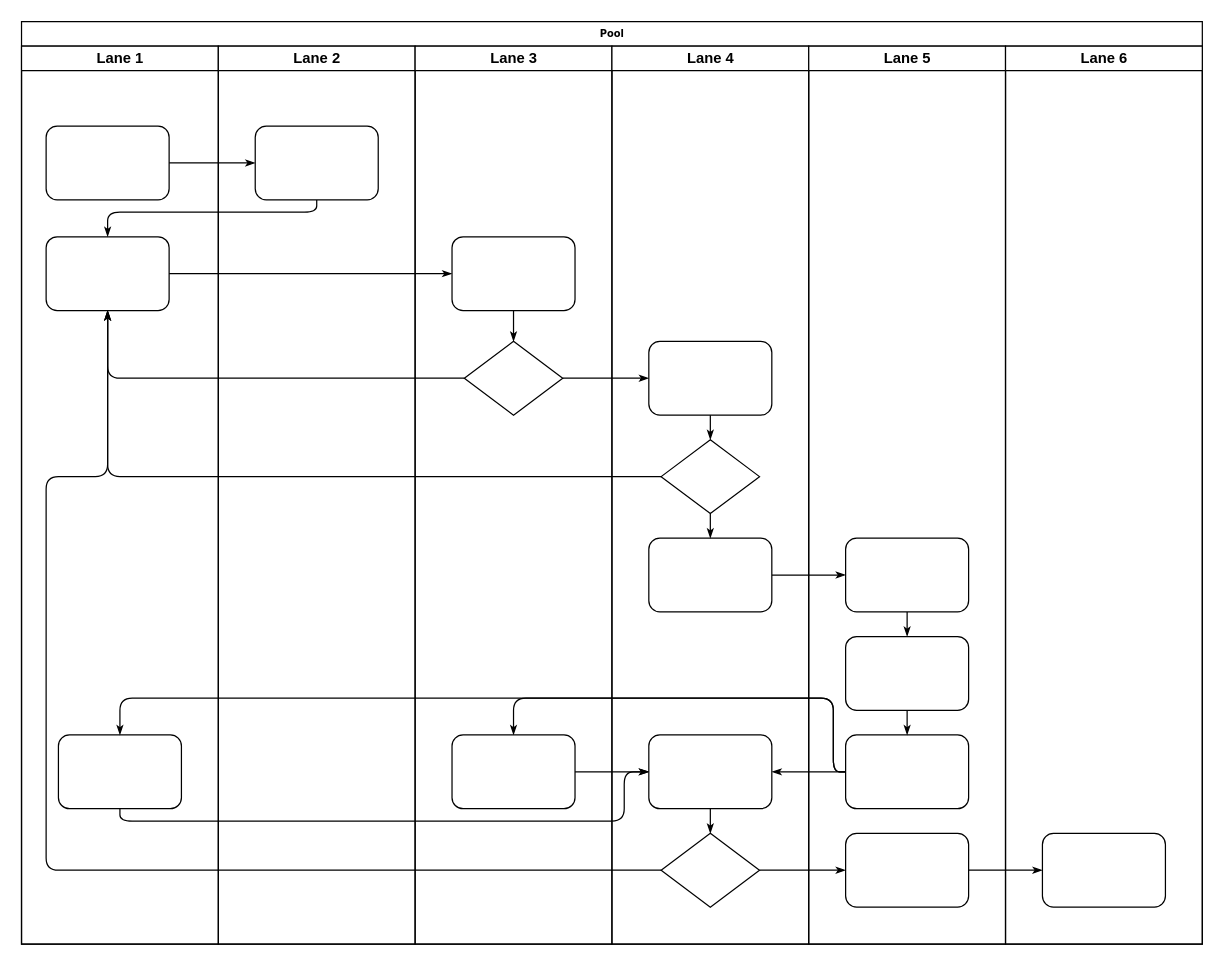
Above: page "Page-1" (1 of 2) of discord-chess-scorecard-bot.drawio in demetriusmurray/discord-chess-scorecard (draw.io), before the change. Source tidied: cells renumbered, new cells numbered last; positions are measured from the earlier drawing's top-left corner, leaving out a move shared by most shapes. Both pictures are drawn from the tidied source at 123%, with x=0, y=0 at pixel (21, 21).
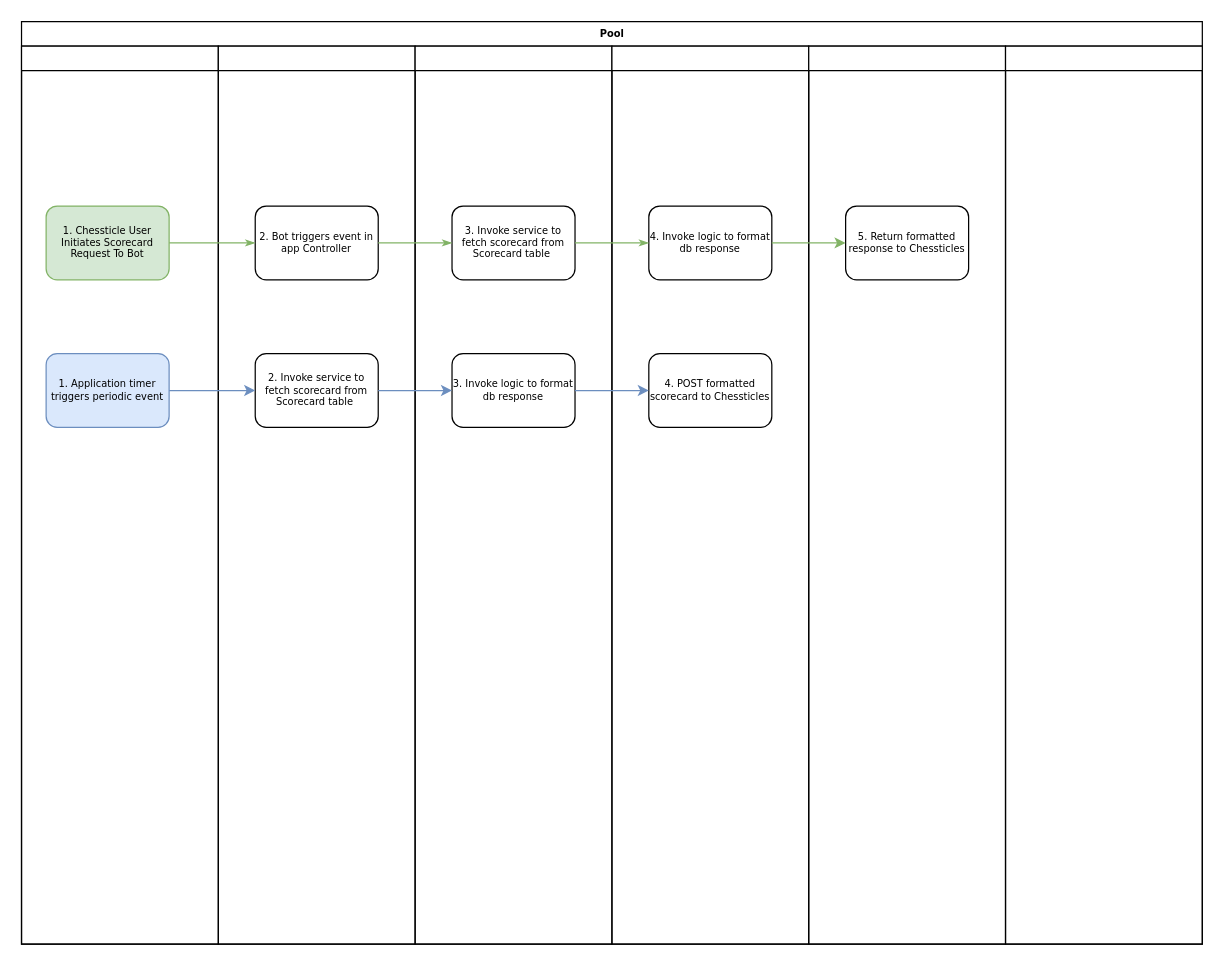
The same diagram, later.

Diff of the diagram source:
```diff
@@
-    <mxCell id="2" value="Pool" style="swimlane;html=1;startSize=20;rounded=0;shadow=0;labelBackgroundColor=none;strokeWidth=1;fontFamily=Verdana;fontSize=8;align=center;" parent="1" vertex="1">
+    <mxCell id="2" value="Pool" style="swimlane;html=1;startSize=20;rounded=0;shadow=0;labelBackgroundColor=none;strokeWidth=1;fontFamily=Verdana;fontSize=8;align=center;swimlaneFillColor=none;" parent="1" vertex="1">
       <mxGeometry width="960" height="750" as="geometry" />
     </mxCell>
-    <mxCell id="3" value="Lane 1" style="swimlane;html=1;startSize=20;" parent="2" vertex="1">
+    <mxCell id="3" style="swimlane;html=1;startSize=20;" parent="2" vertex="1">
       <mxGeometry y="20" width="160" height="730" as="geometry" />
     </mxCell>
-    <mxCell id="4" style="rounded=1;whiteSpace=wrap;html=1;shadow=0;labelBackgroundColor=none;strokeWidth=1;fontFamily=Verdana;fontSize=8;align=center;" parent="3" vertex="1">
-      <mxGeometry x="20" y="65" width="100" height="60" as="geometry" />
+    <mxCell id="4" value="1. Chessticle User Initiates Scorecard Request To Bot" style="rounded=1;whiteSpace=wrap;html=1;shadow=0;labelBackgroundColor=none;strokeWidth=1;fontFamily=Verdana;fontSize=8;align=center;fillColor=#d5e8d4;strokeColor=#82b366;" parent="3" vertex="1">
+      <mxGeometry x="20" y="130" width="100" height="60" as="geometry" />
     </mxCell>
-    <mxCell id="5" style="rounded=1;whiteSpace=wrap;html=1;shadow=0;labelBackgroundColor=none;strokeWidth=1;fontFamily=Verdana;fontSize=8;align=center;" parent="3" vertex="1">
-      <mxGeometry x="20" y="155" width="100" height="60" as="geometry" />
-    </mxCell>
-    <mxCell id="6" style="rounded=1;whiteSpace=wrap;html=1;shadow=0;labelBackgroundColor=none;strokeWidth=1;fontFamily=Verdana;fontSize=8;align=center;" parent="3" vertex="1">
-      <mxGeometry x="30" y="560" width="100" height="60" as="geometry" />
-    </mxCell>
-    <mxCell id="7" style="edgeStyle=orthogonalEdgeStyle;rounded=1;html=1;labelBackgroundColor=none;startArrow=none;startFill=0;startSize=5;endArrow=classicThin;endFill=1;endSize=5;jettySize=auto;strokeWidth=1;fontFamily=Verdana;fontSize=8;" parent="2" edge="1" source="4" target="23">
-      <mxGeometry relative="1" as="geometry" />
-    </mxCell>
-    <mxCell id="8" style="edgeStyle=orthogonalEdgeStyle;rounded=1;html=1;labelBackgroundColor=none;startArrow=none;startFill=0;startSize=5;endArrow=classicThin;endFill=1;endSize=5;jettySize=auto;strokeWidth=1;fontFamily=Verdana;fontSize=8;" parent="2" edge="1" source="23" target="5">
-      <mxGeometry relative="1" as="geometry">
-        <Array as="points">
-          <mxPoint x="240" y="155" />
-          <mxPoint x="70" y="155" />
-        </Array>
-      </mxGeometry>
-    </mxCell>
-    <mxCell id="9" style="edgeStyle=orthogonalEdgeStyle;rounded=1;html=1;labelBackgroundColor=none;startArrow=none;startFill=0;startSize=5;endArrow=classicThin;endFill=1;endSize=5;jettySize=auto;strokeWidth=1;fontFamily=Verdana;fontSize=8;" parent="2" edge="1" source="5" target="25">
-      <mxGeometry relative="1" as="geometry" />
-    </mxCell>
-    <mxCell id="10" style="edgeStyle=orthogonalEdgeStyle;rounded=1;html=1;labelBackgroundColor=none;startArrow=none;startFill=0;startSize=5;endArrow=classicThin;endFill=1;endSize=5;jettySize=auto;strokeWidth=1;fontFamily=Verdana;fontSize=8;" parent="2" edge="1" source="26" target="5">
-      <mxGeometry relative="1" as="geometry" />
-    </mxCell>
-    <mxCell id="11" style="edgeStyle=orthogonalEdgeStyle;rounded=1;html=1;labelBackgroundColor=none;startArrow=none;startFill=0;startSize=5;endArrow=classicThin;endFill=1;endSize=5;jettySize=auto;strokeWidth=1;fontFamily=Verdana;fontSize=8;" parent="2" edge="1" source="31" target="5">
-      <mxGeometry relative="1" as="geometry" />
-    </mxCell>
-    <mxCell id="12" style="edgeStyle=orthogonalEdgeStyle;rounded=1;html=1;labelBackgroundColor=none;startArrow=none;startFill=0;startSize=5;endArrow=classicThin;endFill=1;endSize=5;jettySize=auto;strokeWidth=1;fontFamily=Verdana;fontSize=8;" parent="2" edge="1" source="34" target="5">
-      <mxGeometry relative="1" as="geometry">
-        <Array as="points">
-          <mxPoint x="20" y="690" />
-          <mxPoint x="20" y="370" />
-          <mxPoint x="70" y="370" />
-        </Array>
-      </mxGeometry>
-    </mxCell>
-    <mxCell id="13" style="edgeStyle=orthogonalEdgeStyle;rounded=1;html=1;labelBackgroundColor=none;startArrow=none;startFill=0;startSize=5;endArrow=classicThin;endFill=1;endSize=5;jettySize=auto;strokeWidth=1;fontFamily=Verdana;fontSize=8;" parent="2" edge="1" source="26" target="30">
-      <mxGeometry relative="1" as="geometry" />
-    </mxCell>
-    <mxCell id="14" style="edgeStyle=orthogonalEdgeStyle;rounded=1;html=1;labelBackgroundColor=none;startArrow=none;startFill=0;startSize=5;endArrow=classicThin;endFill=1;endSize=5;jettySize=auto;strokeWidth=1;fontFamily=Verdana;fontSize=8;" parent="2" edge="1" source="34" target="42">
-      <mxGeometry relative="1" as="geometry" />
-    </mxCell>
-    <mxCell id="15" style="edgeStyle=orthogonalEdgeStyle;rounded=1;html=1;labelBackgroundColor=none;startArrow=none;startFill=0;startSize=5;endArrow=classicThin;endFill=1;endSize=5;jettySize=auto;strokeWidth=1;fontFamily=Verdana;fontSize=8;" parent="2" edge="1" source="42" target="46">
-      <mxGeometry relative="1" as="geometry" />
-    </mxCell>
-    <mxCell id="16" style="edgeStyle=orthogonalEdgeStyle;rounded=1;html=1;labelBackgroundColor=none;startArrow=none;startFill=0;startSize=5;endArrow=classicThin;endFill=1;endSize=5;jettySize=auto;strokeWidth=1;fontFamily=Verdana;fontSize=8;" parent="2" edge="1" source="32" target="39">
-      <mxGeometry relative="1" as="geometry" />
-    </mxCell>
-    <mxCell id="17" style="edgeStyle=orthogonalEdgeStyle;rounded=1;html=1;labelBackgroundColor=none;startArrow=none;startFill=0;startSize=5;endArrow=classicThin;endFill=1;endSize=5;jettySize=auto;strokeWidth=1;fontFamily=Verdana;fontSize=8;" parent="2" edge="1" source="41" target="27">
-      <mxGeometry relative="1" as="geometry">
-        <Array as="points">
-          <mxPoint x="660" y="610" />
-          <mxPoint x="660" y="550" />
-          <mxPoint x="400" y="550" />
-        </Array>
-      </mxGeometry>
-    </mxCell>
-    <mxCell id="18" style="edgeStyle=orthogonalEdgeStyle;rounded=1;html=1;labelBackgroundColor=none;startArrow=none;startFill=0;startSize=5;endArrow=classicThin;endFill=1;endSize=5;jettySize=auto;strokeColor=#000000;strokeWidth=1;fontFamily=Verdana;fontSize=8;fontColor=#000000;" parent="2" edge="1" source="41" target="33">
-      <mxGeometry relative="1" as="geometry" />
-    </mxCell>
-    <mxCell id="19" style="edgeStyle=orthogonalEdgeStyle;rounded=1;html=1;labelBackgroundColor=none;startArrow=none;startFill=0;startSize=5;endArrow=classicThin;endFill=1;endSize=5;jettySize=auto;strokeWidth=1;fontFamily=Verdana;fontSize=8;" parent="2" edge="1" source="41" target="6">
-      <mxGeometry relative="1" as="geometry">
-        <Array as="points">
-          <mxPoint x="660" y="610" />
-          <mxPoint x="660" y="550" />
-          <mxPoint x="80" y="550" />
-        </Array>
-      </mxGeometry>
-    </mxCell>
-    <mxCell id="20" style="edgeStyle=orthogonalEdgeStyle;rounded=1;html=1;labelBackgroundColor=none;startArrow=none;startFill=0;startSize=5;endArrow=classicThin;endFill=1;endSize=5;jettySize=auto;strokeWidth=1;fontFamily=Verdana;fontSize=8;" parent="2" edge="1" source="6" target="33">
-      <mxGeometry relative="1" as="geometry">
-        <Array as="points">
-          <mxPoint x="80" y="650" />
-          <mxPoint x="490" y="650" />
-          <mxPoint x="490" y="610" />
-        </Array>
-      </mxGeometry>
-    </mxCell>
-    <mxCell id="21" style="edgeStyle=orthogonalEdgeStyle;rounded=1;html=1;labelBackgroundColor=none;startArrow=none;startFill=0;startSize=5;endArrow=classicThin;endFill=1;endSize=5;jettySize=auto;strokeWidth=1;fontFamily=Verdana;fontSize=8;" parent="2" edge="1" source="27" target="33">
-      <mxGeometry relative="1" as="geometry" />
-    </mxCell>
+    <mxCell id="47" value="1. Application timer triggers periodic event" style="rounded=1;whiteSpace=wrap;html=1;shadow=0;labelBackgroundColor=none;strokeWidth=1;fontFamily=Verdana;fontSize=8;align=center;fillColor=#dae8fc;strokeColor=#6c8ebf;" parent="3" vertex="1">
+      <mxGeometry x="20" y="250" width="100" height="60" as="geometry" />
+    </mxCell>
-    <mxCell id="22" value="Lane 2" style="swimlane;html=1;startSize=20;" parent="2" vertex="1">
+    <mxCell id="22" style="swimlane;html=1;startSize=20;" parent="2" vertex="1">
       <mxGeometry x="160" y="20" width="160" height="730" as="geometry" />
     </mxCell>
-    <mxCell id="23" style="rounded=1;whiteSpace=wrap;html=1;shadow=0;labelBackgroundColor=none;strokeWidth=1;fontFamily=Verdana;fontSize=8;align=center;" parent="22" vertex="1">
-      <mxGeometry x="30" y="65" width="100" height="60" as="geometry" />
+    <mxCell id="23" value="2. Bot triggers event in app Controller" style="rounded=1;whiteSpace=wrap;html=1;shadow=0;labelBackgroundColor=none;strokeWidth=1;fontFamily=Verdana;fontSize=8;align=center;" parent="22" vertex="1">
+      <mxGeometry x="30" y="130" width="100" height="60" as="geometry" />
     </mxCell>
+    <mxCell id="48" value="2. Invoke service to fetch scorecard from Scorecard table&amp;nbsp;" style="rounded=1;whiteSpace=wrap;html=1;shadow=0;labelBackgroundColor=none;strokeWidth=1;fontFamily=Verdana;fontSize=8;align=center;" parent="22" vertex="1">
+      <mxGeometry x="30" y="250" width="100" height="60" as="geometry" />
+    </mxCell>
-    <mxCell id="24" value="Lane 3" style="swimlane;html=1;startSize=20;" parent="2" vertex="1">
+    <mxCell id="24" style="swimlane;html=1;startSize=20;" parent="2" vertex="1">
       <mxGeometry x="320" y="20" width="160" height="730" as="geometry" />
     </mxCell>
+    <mxCell id="5" value="3. Invoke service to fetch scorecard from Scorecard table&amp;nbsp;" style="rounded=1;whiteSpace=wrap;html=1;shadow=0;labelBackgroundColor=none;strokeWidth=1;fontFamily=Verdana;fontSize=8;align=center;" parent="24" vertex="1">
+      <mxGeometry x="30" y="130" width="100" height="60" as="geometry" />
+    </mxCell>
+    <mxCell id="49" value="3. Invoke logic to format db response" style="rounded=1;whiteSpace=wrap;html=1;shadow=0;labelBackgroundColor=none;strokeWidth=1;fontFamily=Verdana;fontSize=8;align=center;" parent="24" vertex="1">
+      <mxGeometry x="30" y="250" width="100" height="60" as="geometry" />
+    </mxCell>
+    <mxCell id="29" style="swimlane;html=1;startSize=20;" parent="2" vertex="1">
+      <mxGeometry x="480" y="20" width="160" height="730" as="geometry" />
+    </mxCell>
-    <mxCell id="25" style="rounded=1;whiteSpace=wrap;html=1;shadow=0;labelBackgroundColor=none;strokeWidth=1;fontFamily=Verdana;fontSize=8;align=center;" parent="24" vertex="1">
-      <mxGeometry x="30" y="155" width="100" height="60" as="geometry" />
+    <mxCell id="25" value="4. Invoke logic to format db response" style="rounded=1;whiteSpace=wrap;html=1;shadow=0;labelBackgroundColor=none;strokeWidth=1;fontFamily=Verdana;fontSize=8;align=center;" parent="29" vertex="1">
+      <mxGeometry x="30" y="130" width="100" height="60" as="geometry" />
     </mxCell>
-    <mxCell id="26" style="rhombus;whiteSpace=wrap;html=1;rounded=0;shadow=0;labelBackgroundColor=none;strokeWidth=1;fontFamily=Verdana;fontSize=8;align=center;" parent="24" vertex="1">
-      <mxGeometry x="40" y="240" width="80" height="60" as="geometry" />
-    </mxCell>
-    <mxCell id="27" style="rounded=1;whiteSpace=wrap;html=1;shadow=0;labelBackgroundColor=none;strokeWidth=1;fontFamily=Verdana;fontSize=8;align=center;" parent="24" vertex="1">
-      <mxGeometry x="30" y="560" width="100" height="60" as="geometry" />
-    </mxCell>
-    <mxCell id="28" style="edgeStyle=orthogonalEdgeStyle;rounded=1;html=1;labelBackgroundColor=none;startArrow=none;startFill=0;startSize=5;endArrow=classicThin;endFill=1;endSize=5;jettySize=auto;strokeWidth=1;fontFamily=Verdana;fontSize=8;" parent="24" edge="1" source="25" target="26">
-      <mxGeometry relative="1" as="geometry" />
-    </mxCell>
-    <mxCell id="29" value="Lane 4" style="swimlane;html=1;startSize=20;" parent="2" vertex="1">
-      <mxGeometry x="480" y="20" width="160" height="730" as="geometry" />
-    </mxCell>
-    <mxCell id="30" style="rounded=1;whiteSpace=wrap;html=1;shadow=0;labelBackgroundColor=none;strokeWidth=1;fontFamily=Verdana;fontSize=8;align=center;" parent="29" vertex="1">
-      <mxGeometry x="30" y="240" width="100" height="60" as="geometry" />
-    </mxCell>
-    <mxCell id="31" style="rhombus;whiteSpace=wrap;html=1;rounded=0;shadow=0;labelBackgroundColor=none;strokeWidth=1;fontFamily=Verdana;fontSize=8;align=center;" parent="29" vertex="1">
-      <mxGeometry x="40" y="320" width="80" height="60" as="geometry" />
-    </mxCell>
-    <mxCell id="32" style="rounded=1;whiteSpace=wrap;html=1;shadow=0;labelBackgroundColor=none;strokeWidth=1;fontFamily=Verdana;fontSize=8;align=center;" parent="29" vertex="1">
-      <mxGeometry x="30" y="400" width="100" height="60" as="geometry" />
-    </mxCell>
-    <mxCell id="33" style="rounded=1;whiteSpace=wrap;html=1;shadow=0;labelBackgroundColor=none;strokeWidth=1;fontFamily=Verdana;fontSize=8;align=center;" parent="29" vertex="1">
-      <mxGeometry x="30" y="560" width="100" height="60" as="geometry" />
-    </mxCell>
-    <mxCell id="34" style="rhombus;whiteSpace=wrap;html=1;rounded=0;shadow=0;labelBackgroundColor=none;strokeWidth=1;fontFamily=Verdana;fontSize=8;align=center;" parent="29" vertex="1">
-      <mxGeometry x="40" y="640" width="80" height="60" as="geometry" />
-    </mxCell>
-    <mxCell id="35" style="edgeStyle=orthogonalEdgeStyle;rounded=1;html=1;labelBackgroundColor=none;startArrow=none;startFill=0;startSize=5;endArrow=classicThin;endFill=1;endSize=5;jettySize=auto;strokeColor=#000000;strokeWidth=1;fontFamily=Verdana;fontSize=8;fontColor=#000000;" parent="29" edge="1" source="30" target="31">
-      <mxGeometry relative="1" as="geometry" />
-    </mxCell>
-    <mxCell id="36" style="edgeStyle=orthogonalEdgeStyle;rounded=1;html=1;labelBackgroundColor=none;startArrow=none;startFill=0;startSize=5;endArrow=classicThin;endFill=1;endSize=5;jettySize=auto;strokeWidth=1;fontFamily=Verdana;fontSize=8;" parent="29" edge="1" source="31" target="32">
-      <mxGeometry relative="1" as="geometry" />
-    </mxCell>
-    <mxCell id="37" style="edgeStyle=orthogonalEdgeStyle;rounded=1;html=1;labelBackgroundColor=none;startArrow=none;startFill=0;startSize=5;endArrow=classicThin;endFill=1;endSize=5;jettySize=auto;strokeWidth=1;fontFamily=Verdana;fontSize=8;" parent="29" edge="1" source="33" target="34">
-      <mxGeometry relative="1" as="geometry" />
-    </mxCell>
+    <mxCell id="50" value="4. POST formatted scorecard to Chessticles" style="rounded=1;whiteSpace=wrap;html=1;shadow=0;labelBackgroundColor=none;strokeWidth=1;fontFamily=Verdana;fontSize=8;align=center;" parent="29" vertex="1">
+      <mxGeometry x="30" y="250" width="100" height="60" as="geometry" />
+    </mxCell>
+    <mxCell id="7" style="edgeStyle=orthogonalEdgeStyle;rounded=1;html=1;labelBackgroundColor=none;startArrow=none;startFill=0;startSize=5;endArrow=classicThin;endFill=1;endSize=5;jettySize=auto;strokeWidth=1;fontFamily=Verdana;fontSize=8;fillColor=#d5e8d4;strokeColor=#82b366;" parent="2" edge="1" source="4" target="23">
+      <mxGeometry relative="1" as="geometry" />
+    </mxCell>
+    <mxCell id="12" style="edgeStyle=orthogonalEdgeStyle;rounded=1;html=1;labelBackgroundColor=none;startArrow=none;startFill=0;startSize=5;endArrow=classicThin;endFill=1;endSize=5;jettySize=auto;strokeWidth=1;fontFamily=Verdana;fontSize=8;exitX=1;exitY=0.5;exitDx=0;exitDy=0;fillColor=#d5e8d4;strokeColor=#82b366;" parent="2" edge="1" source="23" target="5">
+      <mxGeometry relative="1" as="geometry" />
+    </mxCell>
+    <mxCell id="9" style="edgeStyle=orthogonalEdgeStyle;rounded=1;html=1;labelBackgroundColor=none;startArrow=none;startFill=0;startSize=5;endArrow=classicThin;endFill=1;endSize=5;jettySize=auto;strokeWidth=1;fontFamily=Verdana;fontSize=8;fillColor=#d5e8d4;strokeColor=#82b366;" parent="2" edge="1" source="5" target="25">
+      <mxGeometry relative="1" as="geometry" />
+    </mxCell>
-    <mxCell id="38" value="Lane 5" style="swimlane;html=1;startSize=20;" parent="2" vertex="1">
+    <mxCell id="38" style="swimlane;html=1;startSize=20;" parent="2" vertex="1">
       <mxGeometry x="640" y="20" width="160" height="730" as="geometry" />
     </mxCell>
-    <mxCell id="39" style="rounded=1;whiteSpace=wrap;html=1;shadow=0;labelBackgroundColor=none;strokeWidth=1;fontFamily=Verdana;fontSize=8;align=center;" parent="38" vertex="1">
-      <mxGeometry x="30" y="400" width="100" height="60" as="geometry" />
-    </mxCell>
-    <mxCell id="40" style="rounded=1;whiteSpace=wrap;html=1;shadow=0;labelBackgroundColor=none;strokeWidth=1;fontFamily=Verdana;fontSize=8;align=center;" parent="38" vertex="1">
-      <mxGeometry x="30" y="480" width="100" height="60" as="geometry" />
-    </mxCell>
-    <mxCell id="41" style="rounded=1;whiteSpace=wrap;html=1;shadow=0;labelBackgroundColor=none;strokeWidth=1;fontFamily=Verdana;fontSize=8;align=center;" parent="38" vertex="1">
-      <mxGeometry x="30" y="560" width="100" height="60" as="geometry" />
-    </mxCell>
-    <mxCell id="42" style="rounded=1;whiteSpace=wrap;html=1;shadow=0;labelBackgroundColor=none;strokeWidth=1;fontFamily=Verdana;fontSize=8;align=center;" parent="38" vertex="1">
-      <mxGeometry x="30" y="640" width="100" height="60" as="geometry" />
-    </mxCell>
-    <mxCell id="43" style="edgeStyle=orthogonalEdgeStyle;rounded=1;html=1;labelBackgroundColor=none;startArrow=none;startFill=0;startSize=5;endArrow=classicThin;endFill=1;endSize=5;jettySize=auto;strokeWidth=1;fontFamily=Verdana;fontSize=8;" parent="38" edge="1" source="39" target="40">
-      <mxGeometry relative="1" as="geometry" />
-    </mxCell>
-    <mxCell id="44" style="edgeStyle=orthogonalEdgeStyle;rounded=1;html=1;labelBackgroundColor=none;startArrow=none;startFill=0;startSize=5;endArrow=classicThin;endFill=1;endSize=5;jettySize=auto;strokeWidth=1;fontFamily=Verdana;fontSize=8;" parent="38" edge="1" source="40" target="41">
-      <mxGeometry relative="1" as="geometry" />
-    </mxCell>
+    <mxCell id="51" value="5. Return formatted response to Chessticles" style="rounded=1;whiteSpace=wrap;html=1;shadow=0;labelBackgroundColor=none;strokeWidth=1;fontFamily=Verdana;fontSize=8;align=center;" parent="38" vertex="1">
+      <mxGeometry x="30" y="130" width="100" height="60" as="geometry" />
+    </mxCell>
-    <mxCell id="45" value="Lane 6" style="swimlane;html=1;startSize=20;" parent="2" vertex="1">
+    <mxCell id="45" style="swimlane;html=1;startSize=20;" parent="2" vertex="1">
       <mxGeometry x="800" y="20" width="160" height="730" as="geometry" />
     </mxCell>
-    <mxCell id="46" style="rounded=1;whiteSpace=wrap;html=1;shadow=0;labelBackgroundColor=none;strokeWidth=1;fontFamily=Verdana;fontSize=8;align=center;" parent="45" vertex="1">
-      <mxGeometry x="30" y="640" width="100" height="60" as="geometry" />
-    </mxCell>
+    <mxCell id="52" style="edgeStyle=orthogonalEdgeStyle;rounded=1;jettySize=auto;html=1;exitX=1;exitY=0.5;exitDx=0;exitDy=0;strokeWidth=1;fillColor=#dae8fc;strokeColor=#6c8ebf;entryX=0;entryY=0.5;entryDx=0;entryDy=0;" parent="2" edge="1" source="47" target="48">
+      <mxGeometry relative="1" as="geometry" />
+    </mxCell>
+    <mxCell id="53" style="edgeStyle=orthogonalEdgeStyle;rounded=1;jettySize=auto;html=1;exitX=1;exitY=0.5;exitDx=0;exitDy=0;entryX=0;entryY=0.5;entryDx=0;entryDy=0;strokeWidth=1;fillColor=#dae8fc;strokeColor=#6c8ebf;" parent="2" edge="1" source="48" target="49">
+      <mxGeometry relative="1" as="geometry" />
+    </mxCell>
+    <mxCell id="54" style="edgeStyle=orthogonalEdgeStyle;rounded=1;jettySize=auto;html=1;exitX=1;exitY=0.5;exitDx=0;exitDy=0;strokeWidth=1;fillColor=#dae8fc;strokeColor=#6c8ebf;" parent="2" edge="1" source="49" target="50">
+      <mxGeometry relative="1" as="geometry" />
+    </mxCell>
+    <mxCell id="55" style="edgeStyle=orthogonalEdgeStyle;rounded=1;jettySize=auto;html=1;exitX=1;exitY=0.5;exitDx=0;exitDy=0;entryX=0;entryY=0.5;entryDx=0;entryDy=0;strokeWidth=1;fillColor=#d5e8d4;strokeColor=#82b366;" parent="2" edge="1" source="25" target="51">
+      <mxGeometry relative="1" as="geometry" />
+    </mxCell>
```
